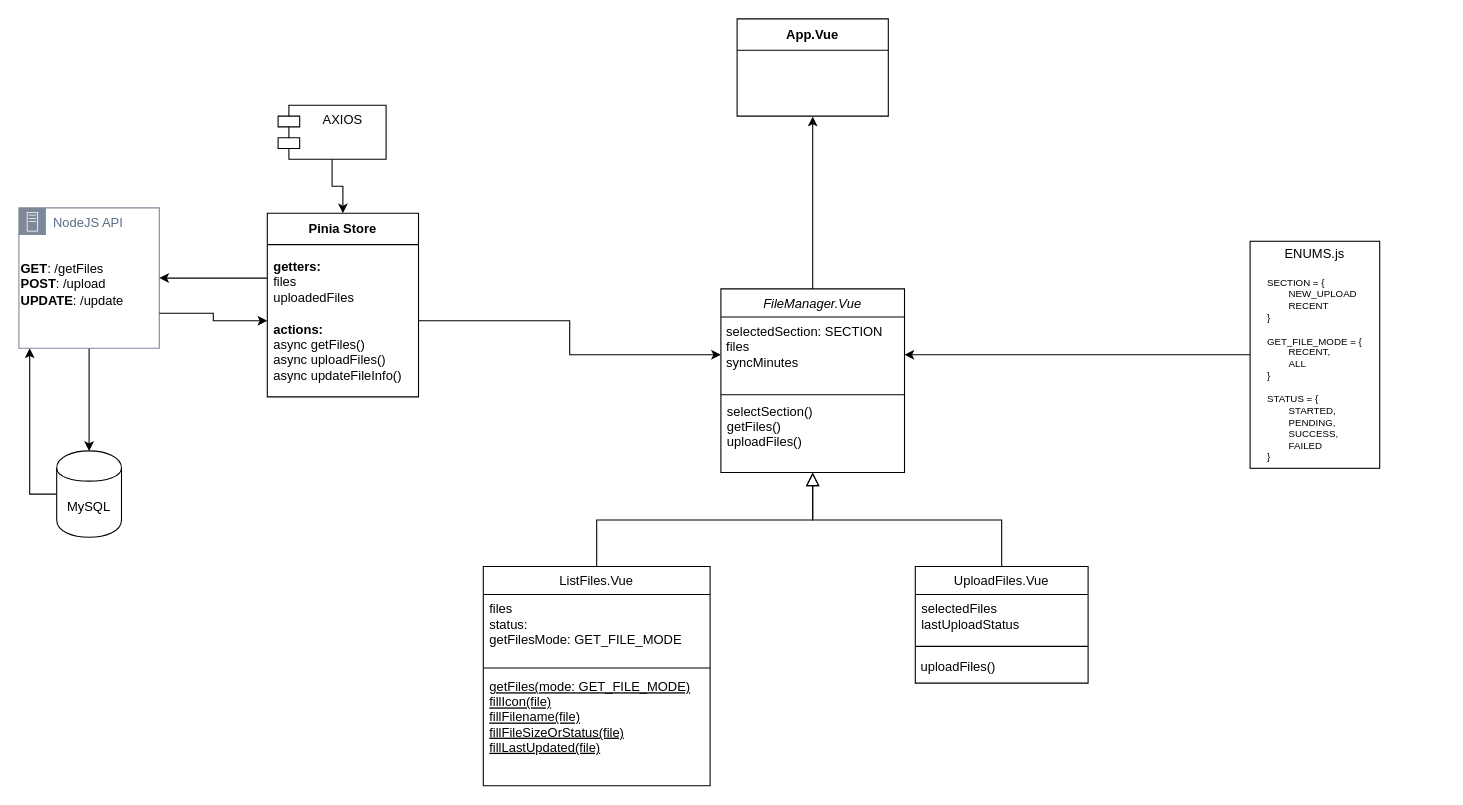
Earlier version of the draw.io diagram Untitled Diagram.drawio (hishamfangs/frontend). Source tidied: cells renumbered, new cells numbered last; positions are measured from the earlier drawing's top-left corner, leaving out a move shared by most shapes. Both pictures are drawn from the tidied source at 108%, with x=0, y=0 at pixel (18, 18).
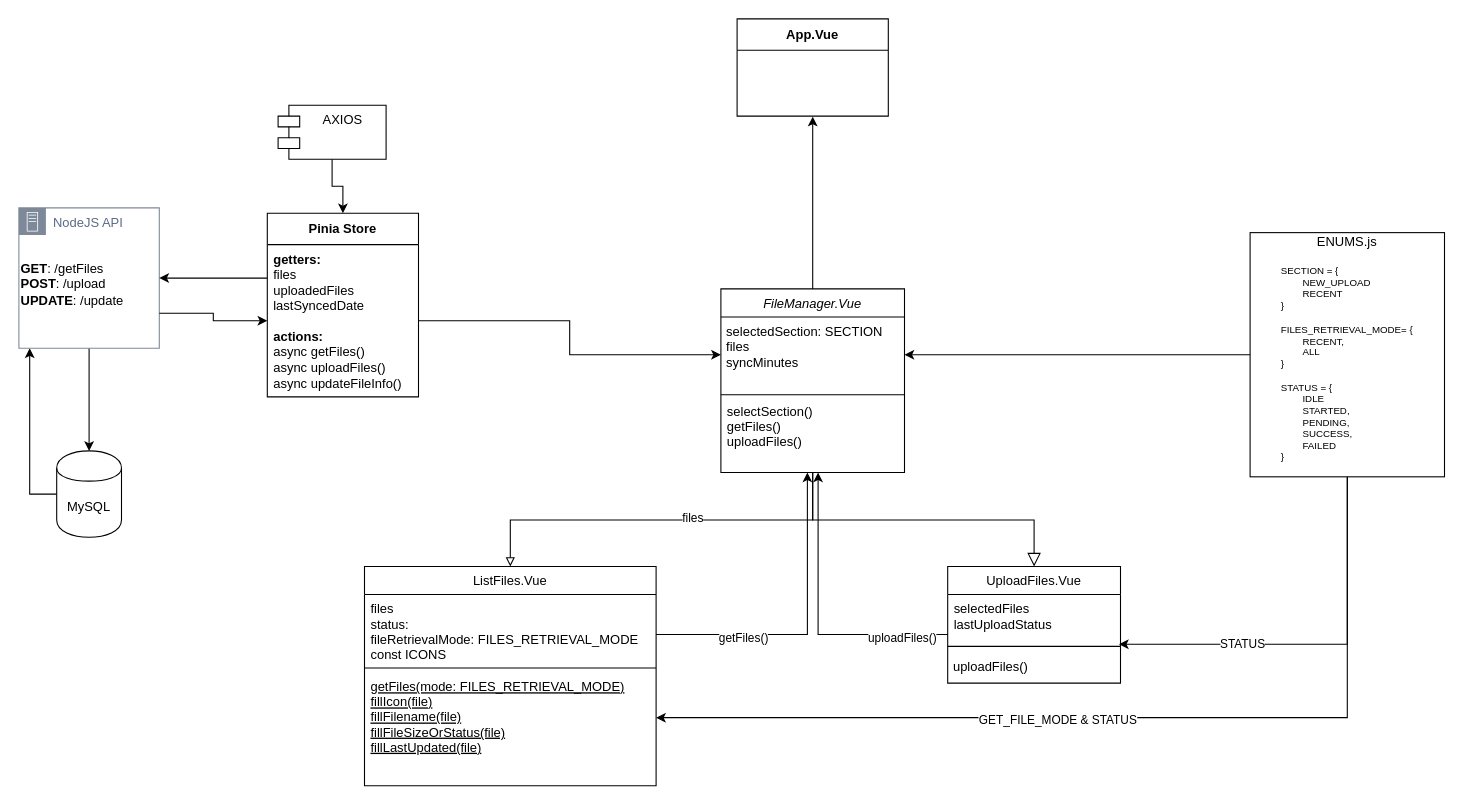
The same page after the edit.

Unchanged cells that the change refers to:
```xml
<mxCell id="2" value="FileManager.Vue&#10;&#10;" style="swimlane;fontStyle=2;align=center;verticalAlign=top;horizontal=1;startSize=26;rounded=0;shadow=0;strokeWidth=1;" parent="1" vertex="1">
  <mxGeometry x="650" y="250" width="170" height="170" as="geometry" />
</mxCell>
<mxCell id="5" value="selectSection()&#10;getFiles()&#10;uploadFiles()&#10;" style="text;align=left;verticalAlign=top;spacingLeft=4;spacingRight=4;overflow=hidden;points=[[0,0.5],[1,0.5]];portConstraint=eastwest;" parent="2" vertex="1">
  <mxGeometry y="100" width="170" height="70" as="geometry" />
</mxCell>
<mxCell id="12" value="selectedFiles&#10;lastUploadStatus" style="text;align=left;verticalAlign=top;spacingLeft=4;spacingRight=4;overflow=hidden;points=[[0,0.5],[1,0.5]];portConstraint=eastwest;" parent="11" vertex="1">
  <mxGeometry y="26" width="160" height="44" as="geometry" />
</mxCell>
<mxCell id="21" value="Pinia Store" style="swimlane;fontStyle=1;align=center;verticalAlign=middle;horizontal=1;startSize=29;html=1;whiteSpace=wrap;" parent="1" vertex="1">
  <mxGeometry x="230" y="180" width="140" height="170" as="geometry" />
</mxCell>
```

What changed in the source:
```diff
@@
     <mxCell id="6" value="ListFiles.Vue" style="swimlane;fontStyle=0;align=center;verticalAlign=top;horizontal=1;startSize=26;rounded=0;shadow=0;strokeWidth=1;" parent="1" vertex="1">
-      <mxGeometry x="430" y="507" width="210" height="203" as="geometry" />
+      <mxGeometry x="320" y="507" width="270" height="203" as="geometry" />
     </mxCell>
-    <mxCell id="7" value="files&#10;status: &#10;getFilesMode: GET_FILE_MODE" style="text;align=left;verticalAlign=top;spacingLeft=4;spacingRight=4;overflow=hidden;points=[[0,0.5],[1,0.5]];portConstraint=eastwest;" parent="6" vertex="1">
-      <mxGeometry y="26" width="210" height="64" as="geometry" />
+    <mxCell id="7" value="files&#10;status: &#10;fileRetrievalMode: FILES_RETRIEVAL_MODE&#10;const ICONS" style="text;align=left;verticalAlign=top;spacingLeft=4;spacingRight=4;overflow=hidden;points=[[0,0.5],[1,0.5]];portConstraint=eastwest;" parent="6" vertex="1">
+      <mxGeometry y="26" width="270" height="64" as="geometry" />
     </mxCell>
     <mxCell id="8" style="line;html=1;strokeWidth=1;align=left;verticalAlign=middle;spacingTop=-1;spacingLeft=3;spacingRight=3;labelPosition=right;" parent="6" vertex="1">
-      <mxGeometry y="90" width="210" height="8" as="geometry" />
+      <mxGeometry y="90" width="270" height="8" as="geometry" />
     </mxCell>
-    <mxCell id="9" value="getFiles(mode: GET_FILE_MODE)&#10;fillIcon(file)&#10;fillFilename(file)&#10;fillFileSizeOrStatus(file)&#10;fillLastUpdated(file)" style="text;align=left;verticalAlign=top;spacingLeft=4;spacingRight=4;overflow=hidden;points=[[0,0.5],[1,0.5]];portConstraint=eastwest;fontStyle=4;" parent="6" vertex="1">
-      <mxGeometry y="98" width="210" height="84" as="geometry" />
+    <mxCell id="9" value="getFiles(mode: FILES_RETRIEVAL_MODE)&#10;fillIcon(file)&#10;fillFilename(file)&#10;fillFileSizeOrStatus(file)&#10;fillLastUpdated(file)" style="text;align=left;verticalAlign=top;spacingLeft=4;spacingRight=4;overflow=hidden;points=[[0,0.5],[1,0.5]];portConstraint=eastwest;fontStyle=4;" parent="6" vertex="1">
+      <mxGeometry y="98" width="270" height="84" as="geometry" />
     </mxCell>
-    <mxCell id="10" style="endArrow=block;endSize=10;endFill=0;shadow=0;strokeWidth=1;rounded=0;curved=0;edgeStyle=elbowEdgeStyle;elbow=vertical;" parent="1" edge="1" source="6" target="2">
+    <mxCell id="10" style="endArrow=block;endFill=0;shadow=0;strokeWidth=1;rounded=0;curved=0;edgeStyle=elbowEdgeStyle;elbow=vertical;" parent="1" edge="1" source="2" target="6">
       <mxGeometry relative="1" as="geometry" />
     </mxCell>
+    <mxCell id="33" value="files" style="edgeLabel;html=1;align=center;verticalAlign=middle;" parent="10" vertex="1">
+      <mxGeometry x="-0.15" y="-3" relative="1" as="geometry" />
+    </mxCell>
     <mxCell id="11" value="UploadFiles.Vue" style="swimlane;fontStyle=0;align=center;verticalAlign=top;horizontal=1;startSize=26;rounded=0;shadow=0;strokeWidth=1;" parent="1" vertex="1">
-      <mxGeometry x="830" y="507" width="160" height="108" as="geometry" />
+      <mxGeometry x="860" y="507" width="160" height="108" as="geometry" />
     </mxCell>
@@
-    <mxCell id="15" style="endArrow=block;endSize=10;endFill=0;shadow=0;strokeWidth=1;rounded=0;curved=0;edgeStyle=elbowEdgeStyle;elbow=vertical;" parent="1" edge="1" source="11" target="2">
+    <mxCell id="15" style="endArrow=block;endSize=10;endFill=0;shadow=0;strokeWidth=1;rounded=0;curved=0;edgeStyle=elbowEdgeStyle;elbow=vertical;" parent="1" edge="1" source="2" target="11">
       <mxGeometry relative="1" as="geometry" />
     </mxCell>
@@
-    <mxCell id="22" value="&lt;b&gt;getters:&lt;/b&gt;&lt;br&gt;files&lt;br&gt;uploadedFiles&lt;br&gt;&lt;br&gt;&lt;b&gt;actions:&lt;/b&gt;&lt;br&gt;async getFiles()&lt;br&gt;async&amp;nbsp;uploadFiles()&lt;br&gt;async&amp;nbsp;updateFileInfo()" style="text;html=1;strokeColor=none;fillColor=none;align=left;verticalAlign=middle;spacingLeft=4;spacingRight=4;overflow=hidden;points=[[0,0.5],[1,0.5]];portConstraint=eastwest;whiteSpace=wrap;" parent="21" vertex="1">
+    <mxCell id="22" value="&lt;b&gt;getters:&lt;/b&gt;&lt;br&gt;files&lt;br&gt;uploadedFiles&lt;br&gt;lastSyncedDate&lt;br&gt;&lt;br&gt;&lt;b&gt;actions:&lt;/b&gt;&lt;br&gt;async getFiles()&lt;br&gt;async&amp;nbsp;uploadFiles()&lt;br&gt;async&amp;nbsp;updateFileInfo()" style="text;html=1;strokeColor=none;fillColor=none;align=left;verticalAlign=middle;spacingLeft=4;spacingRight=4;overflow=hidden;points=[[0,0.5],[1,0.5]];portConstraint=eastwest;whiteSpace=wrap;" parent="21" vertex="1">
       <mxGeometry y="29" width="140" height="141" as="geometry" />
     </mxCell>
@@
+    <mxCell id="34" style="edgeStyle=orthogonalEdgeStyle;rounded=0;jettySize=auto;html=1;entryX=1;entryY=0.5;entryDx=0;entryDy=0;" parent="1" edge="1" source="32" target="9">
+      <mxGeometry relative="1" as="geometry" />
+    </mxCell>
+    <mxCell id="35" value="GET_FILE_MODE &amp;amp; STATUS" style="edgeLabel;html=1;align=center;verticalAlign=middle;" parent="34" vertex="1">
+      <mxGeometry x="0.14" y="1" relative="1" as="geometry" />
+    </mxCell>
-    <mxCell id="32" value="ENUMS.js&lt;br&gt;&lt;br&gt;&lt;div style=&quot;text-align: left; font-size: 9px;&quot;&gt;SECTION = {&lt;br&gt;&lt;span style=&quot;white-space: pre;&quot;&gt;&#9;&lt;/span&gt;NEW_UPLOAD&lt;br&gt;&lt;span style=&quot;white-space: pre;&quot;&gt;&#9;&lt;/span&gt;RECENT&lt;br&gt;}&lt;br&gt;&lt;br&gt;GET_FILE_MODE = {&lt;br&gt;&lt;span style=&quot;white-space: pre;&quot;&gt;&#9;&lt;/span&gt;RECENT,&lt;br&gt;&lt;span style=&quot;white-space: pre;&quot;&gt;&#9;&lt;/span&gt;ALL&lt;br&gt;}&lt;br&gt;&lt;br&gt;STATUS = {&lt;br&gt;&lt;span style=&quot;white-space: pre;&quot;&gt;&#9;&lt;/span&gt;STARTED,&lt;br&gt;&lt;span style=&quot;white-space: pre;&quot;&gt;&#9;&lt;/span&gt;PENDING,&lt;br&gt;&lt;span style=&quot;white-space: pre;&quot;&gt;&#9;&lt;/span&gt;SUCCESS,&lt;br&gt;&lt;span style=&quot;white-space: pre;&quot;&gt;&#9;&lt;/span&gt;FAILED&lt;br&gt;}&lt;/div&gt;" style="rounded=0;whiteSpace=wrap;html=1;" parent="1" vertex="1">
-      <mxGeometry x="1140" y="205.9" width="120" height="210.2" as="geometry" />
+    <mxCell id="32" value="ENUMS.js&lt;br&gt;&lt;br&gt;&lt;div style=&quot;text-align: left; font-size: 9px;&quot;&gt;SECTION = {&lt;br&gt;&lt;span style=&quot;white-space: pre;&quot;&gt;&#9;&lt;/span&gt;NEW_UPLOAD&lt;br&gt;&lt;span style=&quot;white-space: pre;&quot;&gt;&#9;&lt;/span&gt;RECENT&lt;br&gt;}&lt;br&gt;&lt;br&gt;FILES_RETRIEVAL_MODE= {&lt;br&gt;&lt;span style=&quot;white-space: pre;&quot;&gt;&#9;&lt;/span&gt;RECENT,&lt;br&gt;&lt;span style=&quot;white-space: pre;&quot;&gt;&#9;&lt;/span&gt;ALL&lt;br&gt;}&lt;br&gt;&lt;br&gt;STATUS = {&lt;br&gt;&lt;span style=&quot;white-space: pre;&quot;&gt;&#9;&lt;/span&gt;IDLE&lt;br&gt;&lt;span style=&quot;white-space: pre;&quot;&gt;&#9;&lt;/span&gt;STARTED,&lt;br&gt;&lt;span style=&quot;white-space: pre;&quot;&gt;&#9;&lt;/span&gt;PENDING,&lt;br&gt;&lt;span style=&quot;white-space: pre;&quot;&gt;&#9;&lt;/span&gt;SUCCESS,&lt;br&gt;&lt;span style=&quot;white-space: pre;&quot;&gt;&#9;&lt;/span&gt;FAILED&lt;br&gt;}&lt;br&gt;&lt;br&gt;&lt;/div&gt;" style="rounded=0;whiteSpace=wrap;html=1;" parent="1" vertex="1">
+      <mxGeometry x="1140" y="197.9" width="180" height="226.1" as="geometry" />
     </mxCell>
+    <mxCell id="36" style="edgeStyle=orthogonalEdgeStyle;rounded=0;jettySize=auto;html=1;entryX=0.471;entryY=1;entryDx=0;entryDy=0;entryPerimeter=0;" parent="1" edge="1" source="7" target="5">
+      <mxGeometry relative="1" as="geometry">
+        <Array as="points">
+          <mxPoint x="730" y="570" />
+        </Array>
+      </mxGeometry>
+    </mxCell>
+    <mxCell id="37" value="getFiles()" style="edgeLabel;html=1;align=center;verticalAlign=middle;" parent="36" vertex="1">
+      <mxGeometry x="-0.45" y="-2" relative="1" as="geometry" />
+    </mxCell>
+    <mxCell id="38" style="edgeStyle=orthogonalEdgeStyle;rounded=0;jettySize=auto;html=1;" parent="1" edge="1" source="12" target="5">
+      <mxGeometry relative="1" as="geometry">
+        <Array as="points">
+          <mxPoint x="740" y="570" />
+        </Array>
+      </mxGeometry>
+    </mxCell>
+    <mxCell id="39" value="uploadFiles()" style="edgeLabel;html=1;align=center;verticalAlign=middle;" parent="38" vertex="1">
+      <mxGeometry x="-0.68" y="2" relative="1" as="geometry" />
+    </mxCell>
+    <mxCell id="40" style="edgeStyle=orthogonalEdgeStyle;rounded=0;jettySize=auto;html=1;entryX=0.991;entryY=1.045;entryDx=0;entryDy=0;entryPerimeter=0;" parent="1" edge="1" source="32" target="12">
+      <mxGeometry relative="1" as="geometry" />
+    </mxCell>
+    <mxCell id="41" value="STATUS" style="edgeLabel;html=1;align=center;verticalAlign=middle;" parent="40" vertex="1">
+      <mxGeometry x="0.38" relative="1" as="geometry" />
+    </mxCell>
```
